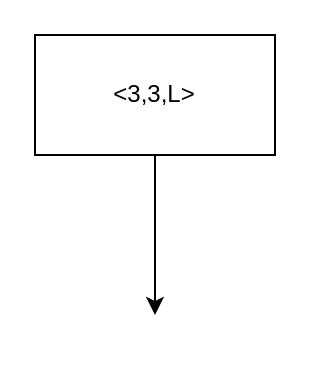
Above: ninchiMCproblemTree.drawio in shgnaka/PokemonZA (draw.io), before the change. Source tidied: cells renumbered, new cells numbered last; positions are measured from the earlier drawing's top-left corner, leaving out a move shared by most shapes. Both pictures are drawn from the tidied source at 200%, with x=0, y=0 at pixel (34, 34).
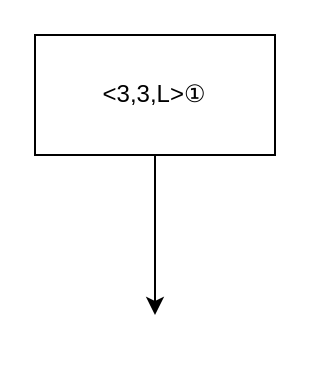
The same page after the edit.

Commit message:
3,3,Lを①として参照

Diff of the diagram source:
```diff
@@
 <mxGraphModel>
   <root>
     <mxCell id="0" />
     <mxCell id="1" parent="0" />
-    <mxCell id="2" value="&amp;lt;3,3,L&amp;gt;" style="rounded=0;whiteSpace=wrap;html=1;" parent="1" vertex="1">
+    <mxCell id="2" value="&amp;lt;3,3,L&amp;gt;①" style="rounded=0;whiteSpace=wrap;html=1;" parent="1" vertex="1">
       <mxGeometry width="120" height="60" as="geometry" />
     </mxCell>
     <mxCell id="3" style="endArrow=classic;html=1;rounded=0;exitX=0.5;exitY=1;exitDx=0;exitDy=0;" parent="1" edge="1" source="2">
       <mxGeometry relative="1" as="geometry">
         <mxPoint x="60" y="140" as="targetPoint" />
       </mxGeometry>
     </mxCell>
   </root>
 </mxGraphModel>
```
